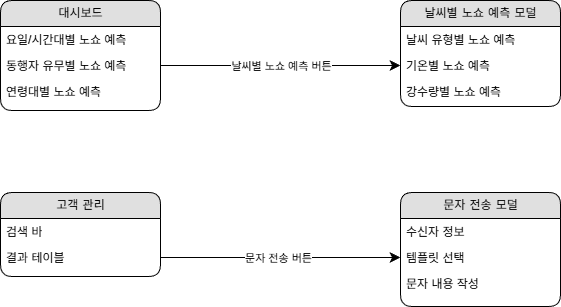
Before: assets/images/user_flow.png, a diagram exported from draw.io (SKNETWORKS-FAMILY-AICAMP/SKN23-2nd-2Team). Source tidied: cells renumbered, new cells last; positions are measured from the earlier drawing's top-left corner, leaving out a move shared by most shapes. The source it was exported from:
```xml
<mxGraphModel>
  <root>
    <mxCell id="0" />
    <mxCell id="1" parent="0" />
    <mxCell id="2" value="대시보드" style="swimlane;html=1;fontStyle=0;horizontal=1;startSize=26;fillColor=#e0e0e0;swimlaneFillColor=#ffffff;align=center;rounded=1;shadow=0;comic=0;labelBackgroundColor=none;strokeWidth=1;fontFamily=Verdana;fontSize=12;" parent="1" vertex="1">
      <mxGeometry width="160" height="110" as="geometry" />
    </mxCell>
    <mxCell id="3" value="요일/시간대별 노쇼 예측" style="text;html=1;strokeColor=none;fillColor=none;spacingLeft=4;spacingRight=4;whiteSpace=wrap;overflow=hidden;" parent="2" vertex="1">
      <mxGeometry y="26" width="160" height="26" as="geometry" />
    </mxCell>
    <mxCell id="4" value="동행자 유무별 노쇼 예측" style="text;html=1;strokeColor=none;fillColor=none;spacingLeft=4;spacingRight=4;whiteSpace=wrap;overflow=hidden;points=[[0,0.5],[1,0.5]];portConstraint=eastwest;" parent="2" vertex="1">
      <mxGeometry y="52" width="160" height="26" as="geometry" />
    </mxCell>
    <mxCell id="5" value="연령대별 노쇼 예측" style="text;html=1;strokeColor=none;fillColor=none;spacingLeft=4;spacingRight=4;whiteSpace=wrap;overflow=hidden;" parent="2" vertex="1">
      <mxGeometry y="78" width="160" height="26" as="geometry" />
    </mxCell>
    <mxCell id="6" value="날씨별 노쇼 예측 모덜" style="swimlane;html=1;fontStyle=0;horizontal=1;startSize=26;fillColor=#e0e0e0;swimlaneFillColor=#ffffff;align=center;rounded=1;shadow=0;comic=0;labelBackgroundColor=none;strokeWidth=1;fontFamily=Verdana;fontSize=12;" parent="1" vertex="1">
      <mxGeometry x="400" width="160" height="106" as="geometry" />
    </mxCell>
    <mxCell id="7" value="날씨 유형별 노쇼 예측" style="text;html=1;strokeColor=none;fillColor=none;spacingLeft=4;spacingRight=4;whiteSpace=wrap;overflow=hidden;" parent="6" vertex="1">
      <mxGeometry y="26" width="160" height="26" as="geometry" />
    </mxCell>
    <mxCell id="8" value="기온별 노쇼 예측" style="text;html=1;strokeColor=none;fillColor=none;spacingLeft=4;spacingRight=4;whiteSpace=wrap;overflow=hidden;points=[[0,0.5],[1,0.5]];portConstraint=eastwest;" parent="6" vertex="1">
      <mxGeometry y="52" width="160" height="26" as="geometry" />
    </mxCell>
    <mxCell id="9" value="강수량별 노쇼 예측" style="text;html=1;strokeColor=none;fillColor=none;spacingLeft=4;spacingRight=4;whiteSpace=wrap;overflow=hidden;" parent="6" vertex="1">
      <mxGeometry y="78" width="160" height="26" as="geometry" />
    </mxCell>
    <mxCell id="10" value="고객 관리" style="swimlane;html=1;fontStyle=0;horizontal=1;startSize=26;fillColor=#e0e0e0;swimlaneFillColor=#ffffff;align=center;rounded=1;shadow=0;comic=0;labelBackgroundColor=none;strokeWidth=1;fontFamily=Verdana;fontSize=12;" parent="1" vertex="1">
      <mxGeometry y="192" width="160" height="84" as="geometry" />
    </mxCell>
    <mxCell id="11" value="검색 바" style="text;html=1;strokeColor=none;fillColor=none;spacingLeft=4;spacingRight=4;whiteSpace=wrap;overflow=hidden;points=[[0,0.5],[1,0.5]];portConstraint=eastwest;" parent="10" vertex="1">
      <mxGeometry y="26" width="160" height="26" as="geometry" />
    </mxCell>
    <mxCell id="12" value="결과 테이블" style="text;html=1;strokeColor=none;fillColor=none;spacingLeft=4;spacingRight=4;whiteSpace=wrap;overflow=hidden;points=[[0,0.5],[1,0.5]];portConstraint=eastwest;" parent="10" vertex="1">
      <mxGeometry y="52" width="160" height="26" as="geometry" />
    </mxCell>
    <mxCell id="13" value="문자 전송 모덜" style="swimlane;html=1;fontStyle=0;horizontal=1;startSize=26;fillColor=#e0e0e0;swimlaneFillColor=#ffffff;align=center;rounded=1;shadow=0;comic=0;labelBackgroundColor=none;strokeWidth=1;fontFamily=Verdana;fontSize=12;" parent="1" vertex="1">
      <mxGeometry x="400" y="192" width="160" height="114" as="geometry" />
    </mxCell>
    <mxCell id="14" value="수신자 정보" style="text;html=1;strokeColor=none;fillColor=none;spacingLeft=4;spacingRight=4;whiteSpace=wrap;overflow=hidden;" parent="13" vertex="1">
      <mxGeometry y="26" width="160" height="26" as="geometry" />
    </mxCell>
    <mxCell id="15" value="템플릿 선택" style="text;html=1;strokeColor=none;fillColor=none;spacingLeft=4;spacingRight=4;whiteSpace=wrap;overflow=hidden;points=[[0,0.5],[1,0.5]];portConstraint=eastwest;" parent="13" vertex="1">
      <mxGeometry y="52" width="160" height="26" as="geometry" />
    </mxCell>
    <mxCell id="16" value="문자 내용 작성" style="text;html=1;strokeColor=none;fillColor=none;spacingLeft=4;spacingRight=4;whiteSpace=wrap;overflow=hidden;" parent="13" vertex="1">
      <mxGeometry y="78" width="160" height="26" as="geometry" />
    </mxCell>
    <mxCell id="17" style="edgeStyle=orthogonalEdgeStyle;html=1;entryX=0;entryY=0.5;labelBackgroundColor=none;startFill=0;startSize=8;endFill=1;endSize=8;fontFamily=Verdana;fontSize=12;exitX=1;exitY=0.5;" parent="1" edge="1" source="4" target="8">
      <mxGeometry relative="1" as="geometry" />
    </mxCell>
    <mxCell id="18" value="날씨별 노쇼 예측 버튼" style="edgeLabel;html=1;align=center;verticalAlign=middle;" parent="17" vertex="1">
      <mxGeometry x="0.17" y="3" relative="1" as="geometry">
        <mxPoint x="-20" y="3" as="offset" />
      </mxGeometry>
    </mxCell>
    <mxCell id="19" style="edgeStyle=orthogonalEdgeStyle;html=1;exitX=1;exitY=0.5;entryX=0;entryY=0.5;labelBackgroundColor=none;startFill=0;startSize=8;endFill=1;endSize=8;fontFamily=Verdana;fontSize=12;" parent="1" edge="1" source="12" target="15">
      <mxGeometry relative="1" as="geometry" />
    </mxCell>
    <mxCell id="20" value="문자 전송 버튼" style="edgeLabel;html=1;align=center;verticalAlign=middle;" parent="19" vertex="1">
      <mxGeometry x="-0.02" relative="1" as="geometry" />
    </mxCell>
  </root>
</mxGraphModel>
```
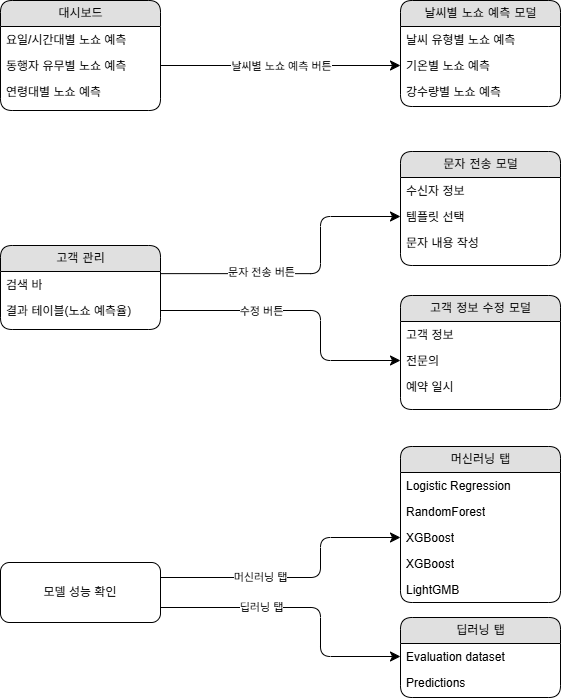
Later version of the same file.

Commit message:
화면흐름도 최신화 업데이트

The edit, as a diff of the source:
```diff
@@ -27,16 +27,16 @@
       <mxGeometry y="78" width="160" height="26" as="geometry" />
     </mxCell>
     <mxCell id="10" value="고객 관리" style="swimlane;html=1;fontStyle=0;horizontal=1;startSize=26;fillColor=#e0e0e0;swimlaneFillColor=#ffffff;align=center;rounded=1;shadow=0;comic=0;labelBackgroundColor=none;strokeWidth=1;fontFamily=Verdana;fontSize=12;" parent="1" vertex="1">
-      <mxGeometry y="192" width="160" height="84" as="geometry" />
+      <mxGeometry y="245" width="160" height="84" as="geometry" />
     </mxCell>
     <mxCell id="11" value="검색 바" style="text;html=1;strokeColor=none;fillColor=none;spacingLeft=4;spacingRight=4;whiteSpace=wrap;overflow=hidden;points=[[0,0.5],[1,0.5]];portConstraint=eastwest;" parent="10" vertex="1">
       <mxGeometry y="26" width="160" height="26" as="geometry" />
     </mxCell>
-    <mxCell id="12" value="결과 테이블" style="text;html=1;strokeColor=none;fillColor=none;spacingLeft=4;spacingRight=4;whiteSpace=wrap;overflow=hidden;points=[[0,0.5],[1,0.5]];portConstraint=eastwest;" parent="10" vertex="1">
+    <mxCell id="12" value="결과 테이블(노쇼 예측율)" style="text;html=1;strokeColor=none;fillColor=none;spacingLeft=4;spacingRight=4;whiteSpace=wrap;overflow=hidden;points=[[0,0.5],[1,0.5]];portConstraint=eastwest;" parent="10" vertex="1">
       <mxGeometry y="52" width="160" height="26" as="geometry" />
     </mxCell>
     <mxCell id="13" value="문자 전송 모덜" style="swimlane;html=1;fontStyle=0;horizontal=1;startSize=26;fillColor=#e0e0e0;swimlaneFillColor=#ffffff;align=center;rounded=1;shadow=0;comic=0;labelBackgroundColor=none;strokeWidth=1;fontFamily=Verdana;fontSize=12;" parent="1" vertex="1">
-      <mxGeometry x="400" y="192" width="160" height="114" as="geometry" />
+      <mxGeometry x="400" y="151" width="160" height="114" as="geometry" />
     </mxCell>
     <mxCell id="14" value="수신자 정보" style="text;html=1;strokeColor=none;fillColor=none;spacingLeft=4;spacingRight=4;whiteSpace=wrap;overflow=hidden;" parent="13" vertex="1">
       <mxGeometry y="26" width="160" height="26" as="geometry" />
@@ -55,11 +55,99 @@
         <mxPoint x="-20" y="3" as="offset" />
       </mxGeometry>
     </mxCell>
-    <mxCell id="19" style="edgeStyle=orthogonalEdgeStyle;html=1;exitX=1;exitY=0.5;entryX=0;entryY=0.5;labelBackgroundColor=none;startFill=0;startSize=8;endFill=1;endSize=8;fontFamily=Verdana;fontSize=12;" parent="1" edge="1" source="12" target="15">
-      <mxGeometry relative="1" as="geometry" />
+    <mxCell id="19" style="edgeStyle=orthogonalEdgeStyle;html=1;exitX=1.002;exitY=0.082;entryX=0;entryY=0.5;labelBackgroundColor=none;startFill=0;startSize=8;endFill=1;endSize=8;fontFamily=Verdana;fontSize=12;exitDx=0;exitDy=0;exitPerimeter=0;" parent="1" edge="1" source="11" target="15">
+      <mxGeometry relative="1" as="geometry">
+        <Array as="points">
+          <mxPoint x="320" y="273" />
+          <mxPoint x="320" y="216" />
+        </Array>
+      </mxGeometry>
     </mxCell>
     <mxCell id="20" value="문자 전송 버튼" style="edgeLabel;html=1;align=center;verticalAlign=middle;" parent="19" vertex="1">
-      <mxGeometry x="-0.02" relative="1" as="geometry" />
+      <mxGeometry x="-0.02" relative="1" as="geometry">
+        <mxPoint x="-46" y="-2" as="offset" />
+      </mxGeometry>
     </mxCell>
+    <mxCell id="21" value="고객 정보 수정 모덜" style="swimlane;html=1;fontStyle=0;horizontal=1;startSize=26;fillColor=#e0e0e0;swimlaneFillColor=#ffffff;align=center;rounded=1;shadow=0;comic=0;labelBackgroundColor=none;strokeWidth=1;fontFamily=Verdana;fontSize=12;" parent="1" vertex="1">
+      <mxGeometry x="400" y="295" width="160" height="114" as="geometry" />
+    </mxCell>
+    <mxCell id="22" value="고객 정보" style="text;html=1;strokeColor=none;fillColor=none;spacingLeft=4;spacingRight=4;whiteSpace=wrap;overflow=hidden;" parent="21" vertex="1">
+      <mxGeometry y="26" width="160" height="26" as="geometry" />
+    </mxCell>
+    <mxCell id="23" value="전문의" style="text;html=1;strokeColor=none;fillColor=none;spacingLeft=4;spacingRight=4;whiteSpace=wrap;overflow=hidden;points=[[0,0.5],[1,0.5]];portConstraint=eastwest;" parent="21" vertex="1">
+      <mxGeometry y="52" width="160" height="26" as="geometry" />
+    </mxCell>
+    <mxCell id="24" value="예약 일시" style="text;html=1;strokeColor=none;fillColor=none;spacingLeft=4;spacingRight=4;whiteSpace=wrap;overflow=hidden;" parent="21" vertex="1">
+      <mxGeometry y="78" width="160" height="26" as="geometry" />
+    </mxCell>
+    <mxCell id="25" style="edgeStyle=orthogonalEdgeStyle;rounded=1;jettySize=auto;html=1;exitX=1;exitY=0.5;exitDx=0;exitDy=0;entryX=0;entryY=0.5;entryDx=0;entryDy=0;startSize=8;endSize=8;curved=0;" parent="1" edge="1" source="12" target="23">
+      <mxGeometry relative="1" as="geometry">
+        <Array as="points">
+          <mxPoint x="320" y="310" />
+          <mxPoint x="320" y="360" />
+        </Array>
+      </mxGeometry>
+    </mxCell>
+    <mxCell id="26" value="수정 버튼" style="edgeLabel;html=1;align=center;verticalAlign=middle;" parent="25" vertex="1">
+      <mxGeometry x="-0.03" y="-1" relative="1" as="geometry">
+        <mxPoint x="-40" y="-1" as="offset" />
+      </mxGeometry>
+    </mxCell>
+    <mxCell id="27" style="edgeStyle=orthogonalEdgeStyle;rounded=1;jettySize=auto;html=1;exitX=1;exitY=0.25;exitDx=0;exitDy=0;entryX=0;entryY=0.5;entryDx=0;entryDy=0;startSize=8;endSize=8;curved=0;" parent="1" edge="1" source="31" target="35">
+      <mxGeometry relative="1" as="geometry">
+        <Array as="points">
+          <mxPoint x="320" y="577" />
+          <mxPoint x="320" y="537" />
+        </Array>
+      </mxGeometry>
+    </mxCell>
+    <mxCell id="28" value="머신러닝 탭" style="edgeLabel;html=1;align=center;verticalAlign=middle;" parent="27" vertex="1">
+      <mxGeometry y="-2" relative="1" as="geometry">
+        <mxPoint x="-41" y="-3" as="offset" />
+      </mxGeometry>
+    </mxCell>
+    <mxCell id="29" style="edgeStyle=orthogonalEdgeStyle;rounded=1;jettySize=auto;html=1;exitX=1;exitY=0.75;exitDx=0;exitDy=0;entryX=0;entryY=0.5;entryDx=0;entryDy=0;curved=0;endSize=8;startSize=8;" parent="1" edge="1" source="31" target="39">
+      <mxGeometry relative="1" as="geometry">
+        <Array as="points">
+          <mxPoint x="320" y="607" />
+          <mxPoint x="320" y="656" />
+        </Array>
+      </mxGeometry>
+    </mxCell>
+    <mxCell id="30" value="딥러닝 탭" style="edgeLabel;html=1;align=center;verticalAlign=middle;" parent="29" vertex="1">
+      <mxGeometry x="-0.01" relative="1" as="geometry">
+        <mxPoint x="-43" y="-1" as="offset" />
+      </mxGeometry>
+    </mxCell>
+    <mxCell id="31" value="모델 성능 확인" style="rounded=1;whiteSpace=wrap;html=1;" parent="1" vertex="1">
+      <mxGeometry y="562" width="160" height="60" as="geometry" />
+    </mxCell>
+    <mxCell id="32" value="머신러닝 탭" style="swimlane;html=1;fontStyle=0;horizontal=1;startSize=26;fillColor=#e0e0e0;swimlaneFillColor=#ffffff;align=center;rounded=1;shadow=0;comic=0;labelBackgroundColor=none;strokeWidth=1;fontFamily=Verdana;fontSize=12;" parent="1" vertex="1">
+      <mxGeometry x="400" y="446" width="160" height="156" as="geometry" />
+    </mxCell>
+    <mxCell id="33" value="Logistic Regression" style="text;html=1;strokeColor=none;fillColor=none;spacingLeft=4;spacingRight=4;whiteSpace=wrap;overflow=hidden;" parent="32" vertex="1">
+      <mxGeometry y="26" width="160" height="26" as="geometry" />
+    </mxCell>
+    <mxCell id="34" value="RandomForest" style="text;html=1;strokeColor=none;fillColor=none;spacingLeft=4;spacingRight=4;whiteSpace=wrap;overflow=hidden;" parent="32" vertex="1">
+      <mxGeometry y="52" width="160" height="26" as="geometry" />
+    </mxCell>
+    <mxCell id="35" value="XGBoost" style="text;html=1;strokeColor=none;fillColor=none;spacingLeft=4;spacingRight=4;whiteSpace=wrap;overflow=hidden;points=[[0,0.5],[1,0.5]];portConstraint=eastwest;" parent="32" vertex="1">
+      <mxGeometry y="78" width="160" height="26" as="geometry" />
+    </mxCell>
+    <mxCell id="36" value="XGBoost" style="text;html=1;strokeColor=none;fillColor=none;spacingLeft=4;spacingRight=4;whiteSpace=wrap;overflow=hidden;" parent="32" vertex="1">
+      <mxGeometry y="104" width="160" height="26" as="geometry" />
+    </mxCell>
+    <mxCell id="37" value="LightGMB" style="text;html=1;strokeColor=none;fillColor=none;spacingLeft=4;spacingRight=4;whiteSpace=wrap;overflow=hidden;" parent="32" vertex="1">
+      <mxGeometry y="130" width="160" height="26" as="geometry" />
+    </mxCell>
+    <mxCell id="38" value="딥러닝 탭" style="swimlane;html=1;fontStyle=0;horizontal=1;startSize=26;fillColor=#e0e0e0;swimlaneFillColor=#ffffff;align=center;rounded=1;shadow=0;comic=0;labelBackgroundColor=none;strokeWidth=1;fontFamily=Verdana;fontSize=12;" parent="1" vertex="1">
+      <mxGeometry x="400" y="617" width="160" height="80" as="geometry" />
+    </mxCell>
+    <mxCell id="39" value="Evaluation dataset" style="text;html=1;strokeColor=none;fillColor=none;spacingLeft=4;spacingRight=4;whiteSpace=wrap;overflow=hidden;points=[[0,0.5],[1,0.5]];portConstraint=eastwest;" parent="38" vertex="1">
+      <mxGeometry y="26" width="160" height="26" as="geometry" />
+    </mxCell>
+    <mxCell id="40" value="Predictions" style="text;html=1;strokeColor=none;fillColor=none;spacingLeft=4;spacingRight=4;whiteSpace=wrap;overflow=hidden;" parent="38" vertex="1">
+      <mxGeometry y="52" width="160" height="26" as="geometry" />
+    </mxCell>
   </root>
 </mxGraphModel>
```
